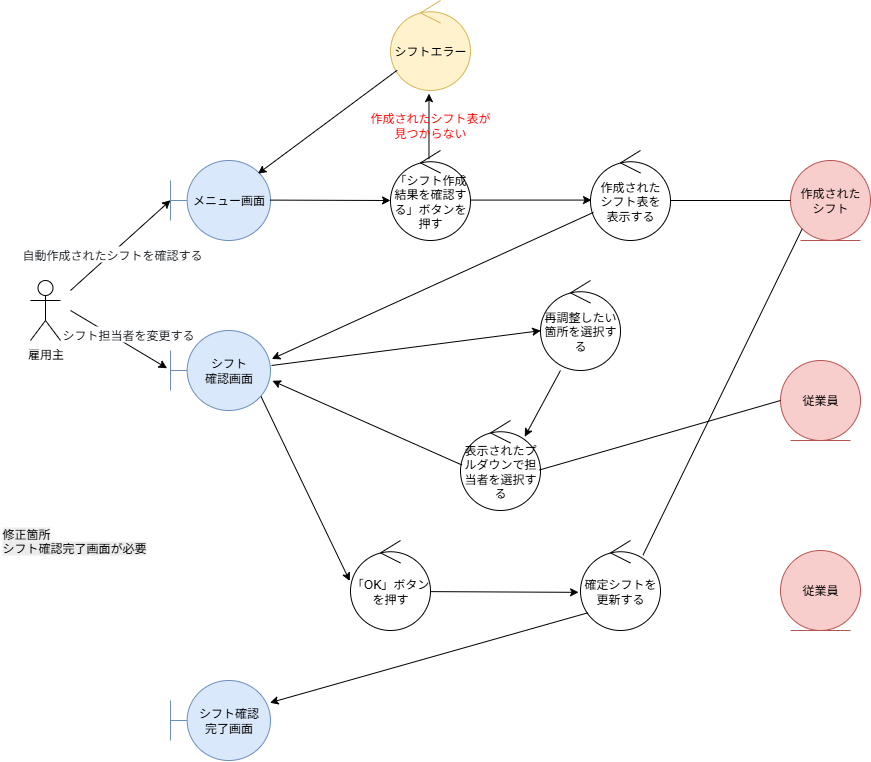
This is week4/usecase04_robustness.png from rei00125/data_structure, a draw.io export, as it was before one commit. Source tidied: cells renumbered, new cells last; positions are measured from the earlier drawing's top-left corner, leaving out a move shared by most shapes.
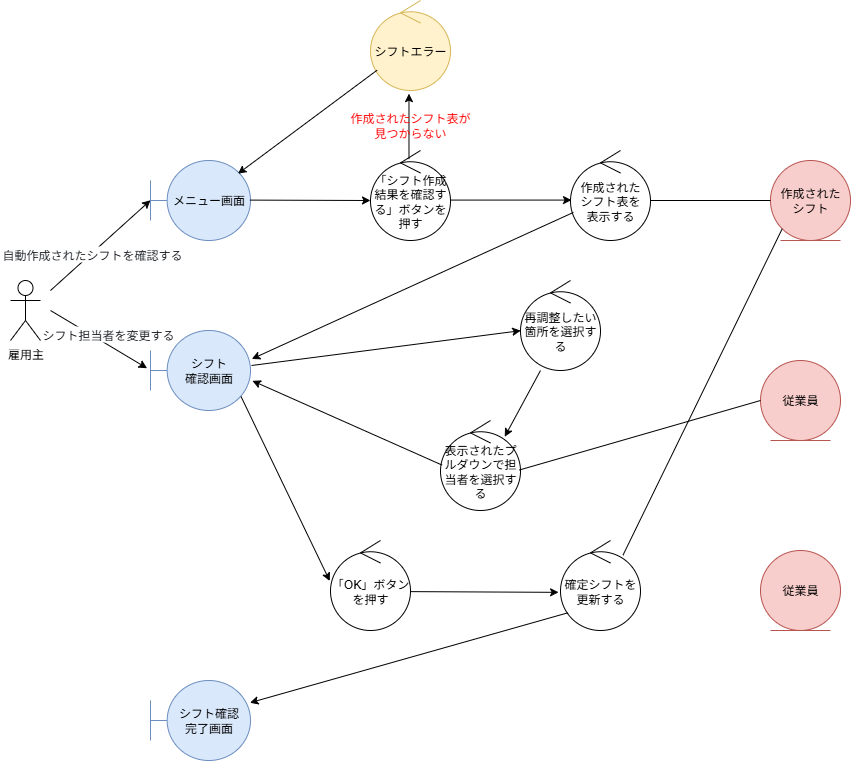
After the change.

The edit, as a diff of the source:
```diff
@@ -68,9 +68,6 @@
     <mxCell id="20" value="シフト確認&lt;br&gt;完了画面" style="shape=umlBoundary;whiteSpace=wrap;html=1;fillColor=#dae8fc;strokeColor=#6c8ebf;" parent="1" vertex="1">
       <mxGeometry x="170" y="680" width="100" height="80" as="geometry" />
     </mxCell>
-    <mxCell id="21" value="&lt;span style=&quot;color: rgb(0, 0, 0); font-family: Helvetica; font-size: 12px; font-style: normal; font-variant-ligatures: normal; font-variant-caps: normal; font-weight: 400; letter-spacing: normal; orphans: 2; text-align: center; text-indent: 0px; text-transform: none; widows: 2; word-spacing: 0px; -webkit-text-stroke-width: 0px; white-space: normal; background-color: rgb(236, 236, 236); text-decoration-thickness: initial; text-decoration-style: initial; text-decoration-color: initial; float: none; display: inline !important;&quot;&gt;修正箇所&lt;br&gt;シフト確認&lt;/span&gt;&lt;span style=&quot;color: rgb(0, 0, 0); font-family: Helvetica; font-size: 12px; font-style: normal; font-variant-ligatures: normal; font-variant-caps: normal; font-weight: 400; letter-spacing: normal; orphans: 2; text-align: center; text-indent: 0px; text-transform: none; widows: 2; word-spacing: 0px; -webkit-text-stroke-width: 0px; white-space: normal; background-color: rgb(236, 236, 236); text-decoration-thickness: initial; text-decoration-style: initial; text-decoration-color: initial; float: none; display: inline !important;&quot;&gt;完了画面が必要&lt;/span&gt;" style="text;whiteSpace=wrap;html=1;" parent="1" vertex="1">
-      <mxGeometry y="520" width="170" height="50" as="geometry" />
-    </mxCell>
     <mxCell id="22" style="endArrow=classic;html=1;rounded=0;entryX=0.994;entryY=0.278;entryDx=0;entryDy=0;entryPerimeter=0;exitX=0.094;exitY=0.803;exitDx=0;exitDy=0;exitPerimeter=0;" parent="1" edge="1" source="18" target="20">
       <mxGeometry relative="1" as="geometry" />
     </mxCell>
```
